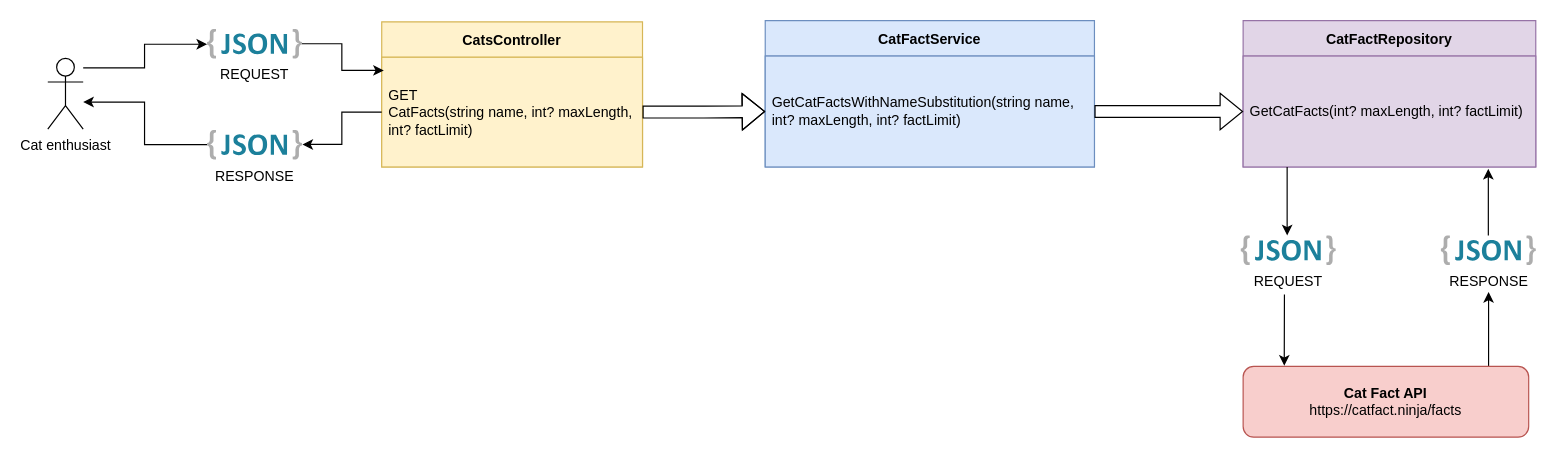
The draw.io diagram CatService.drawio in simon-hilder-bjss/CatService, before the edit. Source tidied: cells renumbered, new cells numbered last; positions are measured from the earlier drawing's top-left corner, leaving out a move shared by most shapes. Both pictures are drawn from the tidied source at 118%, with x=0, y=0 at pixel (47, 20).
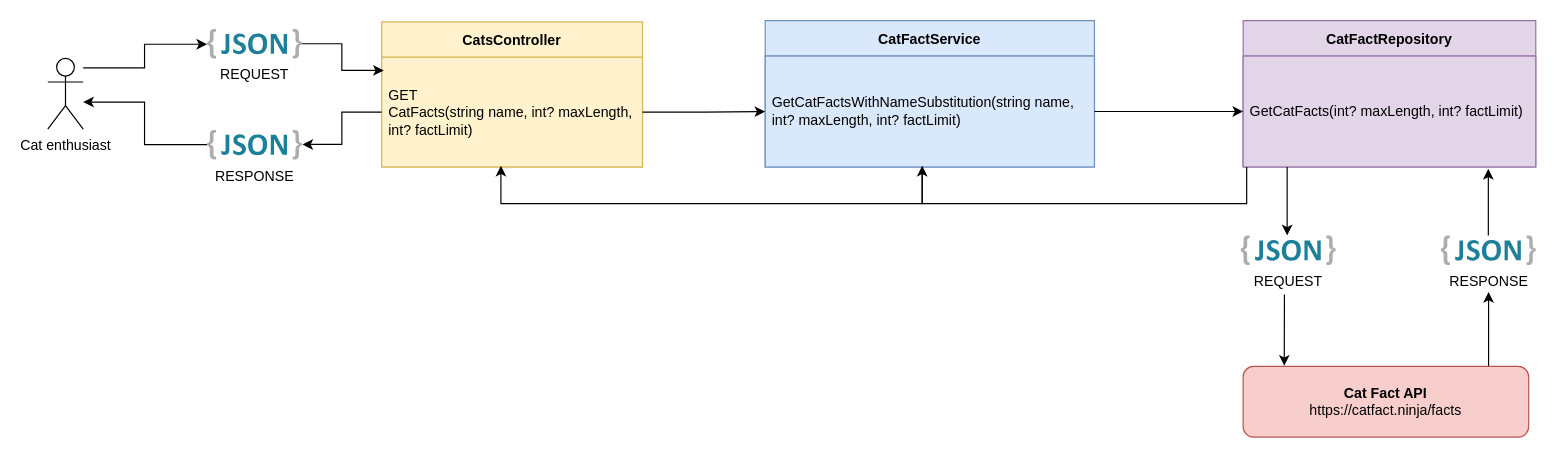
The same page after the edit.

Unchanged cells that the change refers to:
```xml
<mxCell id="3" value="GET&#10;CatFacts(string name, int? maxLength, int? factLimit)" style="text;strokeColor=#d6b656;fillColor=#fff2cc;align=left;verticalAlign=middle;spacingLeft=4;spacingRight=4;overflow=hidden;points=[[0,0.5],[1,0.5]];portConstraint=eastwest;whiteSpace=wrap;" parent="2" vertex="1">
  <mxGeometry y="30" width="221" height="93" as="geometry" />
</mxCell>
<mxCell id="4" value="CatFactService" style="swimlane;fontStyle=1;horizontal=1;startSize=30;fillColor=#dae8fc;strokeColor=#6c8ebf;" parent="1" vertex="1">
  <mxGeometry x="608" width="279" height="124" as="geometry" />
</mxCell>
<mxCell id="5" value="GetCatFactsWithNameSubstitution(string name, int? maxLength, int? factLimit)" style="text;strokeColor=#6c8ebf;fillColor=#dae8fc;align=left;verticalAlign=middle;spacingLeft=4;spacingRight=4;overflow=hidden;points=[[0,0.5],[1,0.5]];portConstraint=eastwest;whiteSpace=wrap;" parent="4" vertex="1">
  <mxGeometry y="30" width="279" height="94" as="geometry" />
</mxCell>
<mxCell id="8" value="GetCatFacts(int? maxLength, int? factLimit)" style="text;strokeColor=#9673a6;fillColor=#e1d5e7;align=left;verticalAlign=middle;spacingLeft=4;spacingRight=4;overflow=hidden;points=[[0,0.5],[1,0.5]];portConstraint=eastwest;whiteSpace=wrap;" parent="7" vertex="1">
  <mxGeometry y="30" width="248" height="94" as="geometry" />
</mxCell>
```

The edit, as a diff of the source:
```diff
@@
+    <mxCell id="24" style="edgeStyle=orthogonalEdgeStyle;rounded=0;jettySize=auto;html=1;entryX=0.457;entryY=0.989;entryDx=0;entryDy=0;entryPerimeter=0;" parent="1" edge="1" source="4" target="3">
+      <mxGeometry relative="1" as="geometry">
+        <Array as="points">
+          <mxPoint x="741" y="155" />
+          <mxPoint x="384" y="155" />
+        </Array>
+      </mxGeometry>
+    </mxCell>
@@
-    <mxCell id="6" style="edgeStyle=orthogonalEdgeStyle;rounded=0;jettySize=auto;html=1;entryX=0;entryY=0.5;entryDx=0;entryDy=0;shape=flexArrow;" parent="1" edge="1" source="3" target="5">
+    <mxCell id="6" style="edgeStyle=orthogonalEdgeStyle;rounded=0;jettySize=auto;html=1;entryX=0;entryY=0.5;entryDx=0;entryDy=0;" parent="1" edge="1" source="3" target="5">
       <mxGeometry relative="1" as="geometry" />
     </mxCell>
@@
-    <mxCell id="9" style="edgeStyle=orthogonalEdgeStyle;shape=flexArrow;rounded=0;jettySize=auto;html=1;" parent="1" edge="1" source="5" target="8">
+    <mxCell id="9" style="edgeStyle=orthogonalEdgeStyle;rounded=0;jettySize=auto;html=1;" parent="1" edge="1" source="5" target="8">
       <mxGeometry relative="1" as="geometry" />
     </mxCell>
@@
+    <mxCell id="25" style="edgeStyle=orthogonalEdgeStyle;rounded=0;jettySize=auto;html=1;" parent="1" edge="1" source="8">
+      <mxGeometry relative="1" as="geometry">
+        <mxPoint x="741" y="123" as="targetPoint" />
+        <Array as="points">
+          <mxPoint x="1016" y="155" />
+          <mxPoint x="741" y="155" />
+          <mxPoint x="741" y="124" />
+        </Array>
+      </mxGeometry>
+    </mxCell>
```
